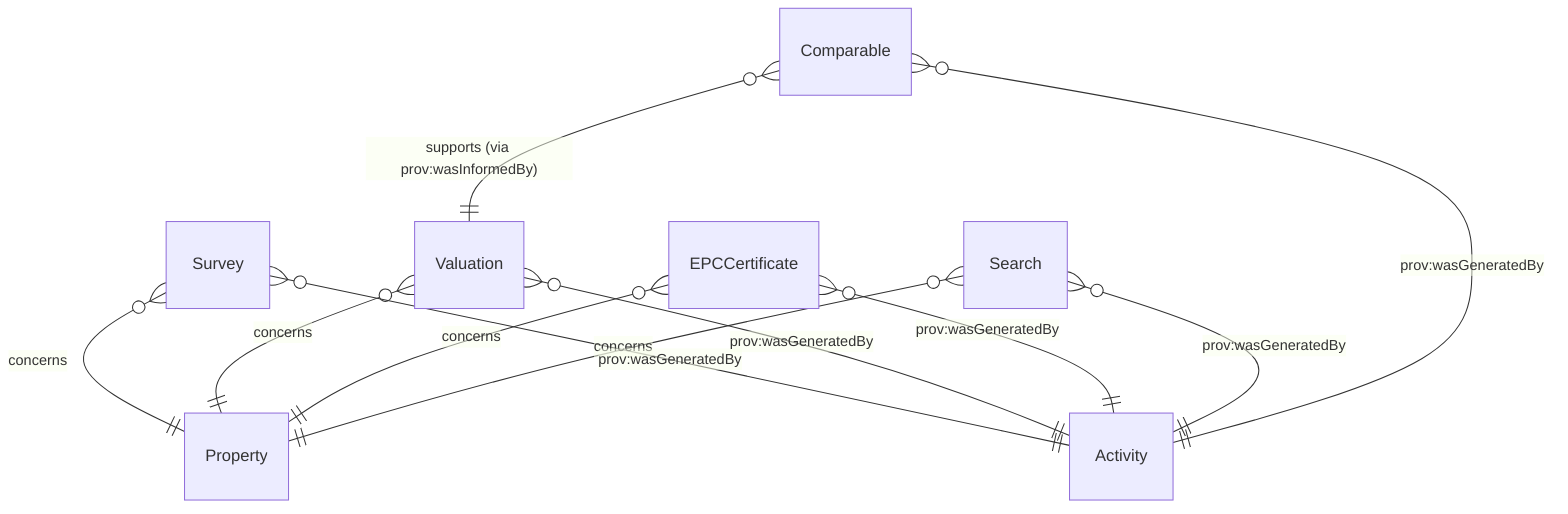
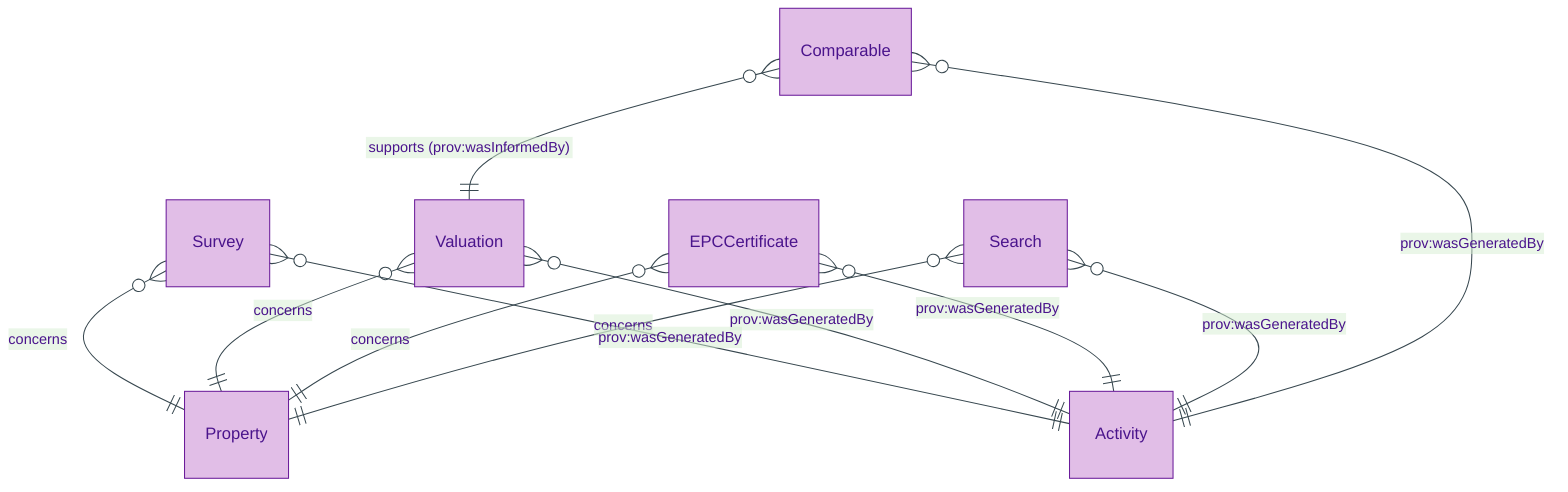
+ %%{init: {"theme": "base", "themeVariables": {"primaryColor": "#E1BEE7", "primaryTextColor": "#4A148C", "primaryBorderColor": "#6A1B9A", "lineColor": "#37474F"}}}%%
erDiagram
+     accTitle: Descriptive Module — Entity-Relationship Diagram
+     accDescr: Five class-promoted descriptive Kinds (Survey, Valuation, EPCCertificate, Search, Comparable) and their PROV-O activity provenance + Property concern relationships.
+ 
    Survey }o--|| Property : "concerns"
    Valuation }o--|| Property : "concerns"
    EPCCertificate }o--|| Property : "concerns"
    Search }o--|| Property : "concerns"
-     Comparable }o--|| Valuation : "supports (via prov:wasInformedBy)"
+     Comparable }o--|| Valuation : "supports (prov:wasInformedBy)"
    Survey }o--|| Activity : "prov:wasGeneratedBy"
    Valuation }o--|| Activity : "prov:wasGeneratedBy"
    EPCCertificate }o--|| Activity : "prov:wasGeneratedBy"
    Search }o--|| Activity : "prov:wasGeneratedBy"
    Comparable }o--|| Activity : "prov:wasGeneratedBy"
